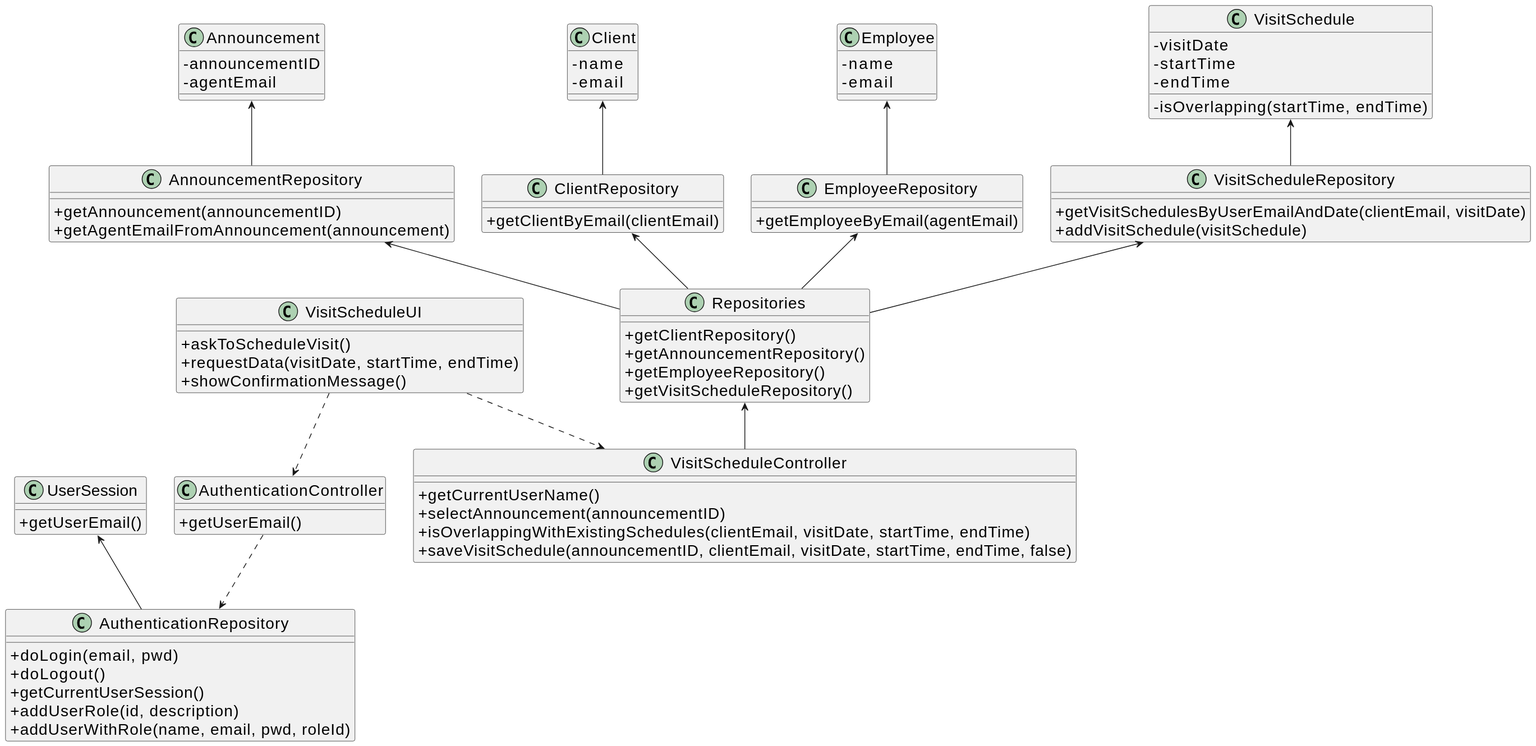
Above: docs/sprintC/us009/03.design/svg/us009-class-diagram.svg in Goncalves2525/real-estate-management-system (PlantUML), before the change.
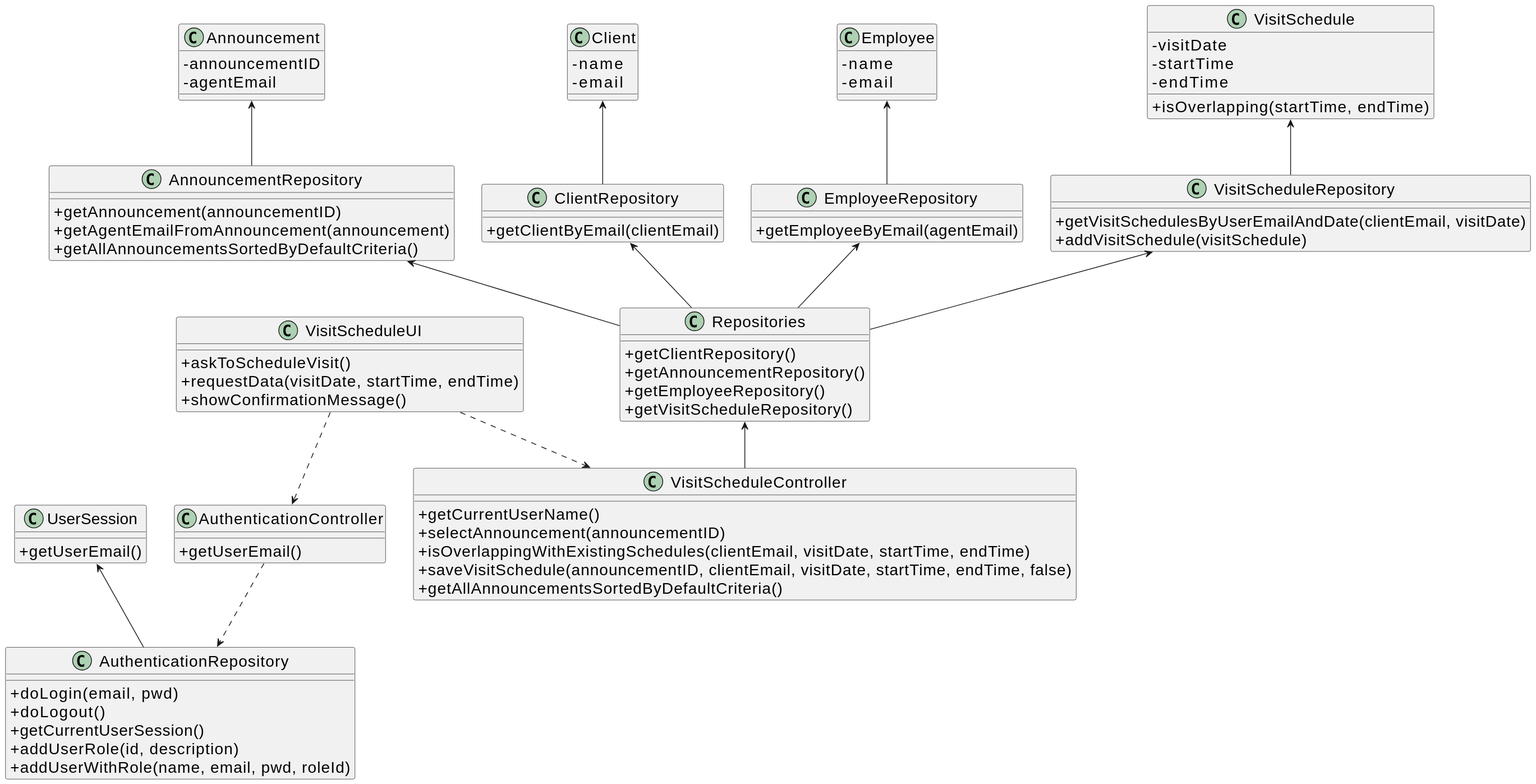
Later version of the same file.

Diff of the diagram source:
```diff
@@ -4,7 +4,6 @@
 skinparam packageStyle rectangle
 skinparam shadowing false
 skinparam linetype polyline
-
 
 skinparam classAttributeIconSize 0
 
@@ -31,7 +30,7 @@
     - visitDate
     - startTime
     - endTime
-    - isOverlapping(startTime, endTime)
+    +isOverlapping(startTime, endTime)
 }
 
 class AuthenticationRepository {
@@ -57,6 +56,7 @@
     +selectAnnouncement(announcementID)
     +isOverlappingWithExistingSchedules(clientEmail, visitDate, startTime, endTime)
     +saveVisitSchedule(announcementID, clientEmail, visitDate, startTime, endTime, false)
+    +getAllAnnouncementsSortedByDefaultCriteria()
 }
 
 class Repositories {
@@ -69,6 +69,7 @@
 class AnnouncementRepository {
     +getAnnouncement(announcementID)
     +getAgentEmailFromAnnouncement(announcement)
+    +getAllAnnouncementsSortedByDefaultCriteria()
 }
 
 class ClientRepository {
```
